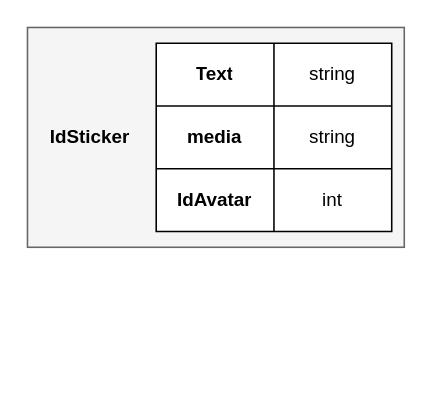
This is NoAM/collection-sticker.drawio from Antonet99/noSQL-Snapchat, a draw.io file, before an edit. Source tidied: cells renumbered, new cells numbered last; positions are measured from the earlier drawing's top-left corner, leaving out a move shared by most shapes. Both pictures are drawn from the tidied source at 157%, with x=0, y=0 at pixel (27, 27).
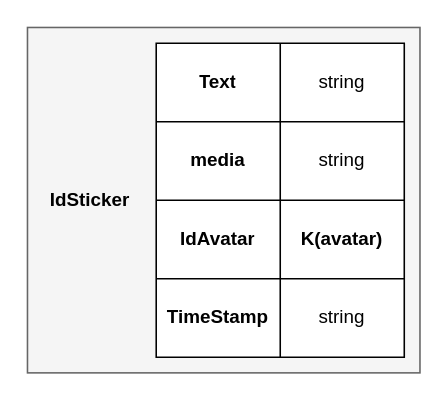
The same diagram, later.

The edit, as a diff of the source:
```diff
@@
 <mxGraphModel>
   <root>
     <mxCell id="0" />
     <mxCell id="1" parent="0" />
     <mxCell id="2" style="rounded=0;whiteSpace=wrap;html=1;fillColor=#f5f5f5;fontColor=#333333;strokeColor=#666666;" parent="1" vertex="1">
-      <mxGeometry width="240" height="140" as="geometry" />
+      <mxGeometry width="250" height="220" as="geometry" />
     </mxCell>
     <mxCell id="3" value="&lt;b&gt;IdSticker&lt;/b&gt;" style="text;html=1;strokeColor=none;fillColor=none;align=center;verticalAlign=middle;whiteSpace=wrap;rounded=0;" parent="1" vertex="1">
-      <mxGeometry x="10" y="55" width="60" height="30" as="geometry" />
+      <mxGeometry x="10" y="95" width="60" height="30" as="geometry" />
     </mxCell>
     <mxCell id="4" style="shape=table;startSize=0;childLayout=tableLayout;" parent="1" vertex="1">
-      <mxGeometry x="82" y="10" width="150" height="120" as="geometry" />
+      <mxGeometry x="82" y="10" width="158" height="200" as="geometry" />
     </mxCell>
     <mxCell id="5" style="shape=tableRow;horizontal=0;startSize=0;swimlaneHead=0;swimlaneBody=0;strokeColor=inherit;top=0;left=0;bottom=0;right=0;fillColor=none;" parent="4" vertex="1">
-      <mxGeometry width="150" height="40" as="geometry" />
+      <mxGeometry width="158" height="50" as="geometry" />
     </mxCell>
     <mxCell id="6" value="&lt;b&gt;Text&lt;/b&gt;" style="shape=partialRectangle;html=1;whiteSpace=wrap;strokeColor=inherit;overflow=hidden;fillColor=none;top=0;left=0;bottom=0;right=0;" parent="5" vertex="1">
-      <mxGeometry width="75" height="40" as="geometry" />
+      <mxGeometry width="79" height="50" as="geometry" />
     </mxCell>
     <mxCell id="7" value="string" style="shape=partialRectangle;html=1;whiteSpace=wrap;strokeColor=inherit;overflow=hidden;fillColor=none;top=0;left=0;bottom=0;right=0;" parent="5" vertex="1">
-      <mxGeometry x="75" width="75" height="40" as="geometry" />
+      <mxGeometry x="79" width="79" height="50" as="geometry" />
     </mxCell>
     <mxCell id="8" style="shape=tableRow;horizontal=0;startSize=0;swimlaneHead=0;swimlaneBody=0;strokeColor=inherit;top=0;left=0;bottom=0;right=0;fillColor=none;" parent="4" vertex="1">
-      <mxGeometry y="40" width="150" height="40" as="geometry" />
+      <mxGeometry y="50" width="158" height="50" as="geometry" />
     </mxCell>
     <mxCell id="9" value="&lt;b&gt;media&lt;/b&gt;" style="shape=partialRectangle;html=1;whiteSpace=wrap;strokeColor=inherit;overflow=hidden;fillColor=none;top=0;left=0;bottom=0;right=0;" parent="8" vertex="1">
-      <mxGeometry width="75" height="40" as="geometry" />
+      <mxGeometry width="79" height="50" as="geometry" />
     </mxCell>
     <mxCell id="10" value="string" style="shape=partialRectangle;html=1;whiteSpace=wrap;strokeColor=inherit;overflow=hidden;fillColor=none;top=0;left=0;bottom=0;right=0;" parent="8" vertex="1">
-      <mxGeometry x="75" width="75" height="40" as="geometry" />
+      <mxGeometry x="79" width="79" height="50" as="geometry" />
     </mxCell>
     <mxCell id="11" style="shape=tableRow;horizontal=0;startSize=0;swimlaneHead=0;swimlaneBody=0;strokeColor=inherit;top=0;left=0;bottom=0;right=0;fillColor=none;" parent="4" vertex="1">
-      <mxGeometry y="80" width="150" height="40" as="geometry" />
+      <mxGeometry y="100" width="158" height="50" as="geometry" />
     </mxCell>
     <mxCell id="12" value="&lt;b&gt;IdAvatar&lt;/b&gt;" style="shape=partialRectangle;html=1;whiteSpace=wrap;strokeColor=inherit;overflow=hidden;fillColor=none;top=0;left=0;bottom=0;right=0;" parent="11" vertex="1">
-      <mxGeometry width="75" height="40" as="geometry" />
+      <mxGeometry width="79" height="50" as="geometry" />
     </mxCell>
-    <mxCell id="13" value="int" style="shape=partialRectangle;html=1;whiteSpace=wrap;strokeColor=inherit;overflow=hidden;fillColor=none;top=0;left=0;bottom=0;right=0;" parent="11" vertex="1">
-      <mxGeometry x="75" width="75" height="40" as="geometry" />
+    <mxCell id="13" value="&lt;b&gt;K(avatar)&lt;/b&gt;" style="shape=partialRectangle;html=1;whiteSpace=wrap;strokeColor=inherit;overflow=hidden;fillColor=none;top=0;left=0;bottom=0;right=0;" parent="11" vertex="1">
+      <mxGeometry x="79" width="79" height="50" as="geometry" />
     </mxCell>
+    <mxCell id="14" style="shape=tableRow;horizontal=0;startSize=0;swimlaneHead=0;swimlaneBody=0;strokeColor=inherit;top=0;left=0;bottom=0;right=0;fillColor=none;" parent="4" vertex="1">
+      <mxGeometry y="150" width="158" height="50" as="geometry" />
+    </mxCell>
+    <mxCell id="15" value="&lt;b&gt;TimeStamp&lt;/b&gt;" style="shape=partialRectangle;html=1;whiteSpace=wrap;strokeColor=inherit;overflow=hidden;fillColor=none;top=0;left=0;bottom=0;right=0;" parent="14" vertex="1">
+      <mxGeometry width="79" height="50" as="geometry" />
+    </mxCell>
+    <mxCell id="16" value="string" style="shape=partialRectangle;html=1;whiteSpace=wrap;strokeColor=inherit;overflow=hidden;fillColor=none;top=0;left=0;bottom=0;right=0;" parent="14" vertex="1">
+      <mxGeometry x="79" width="79" height="50" as="geometry" />
+    </mxCell>
   </root>
 </mxGraphModel>
```
